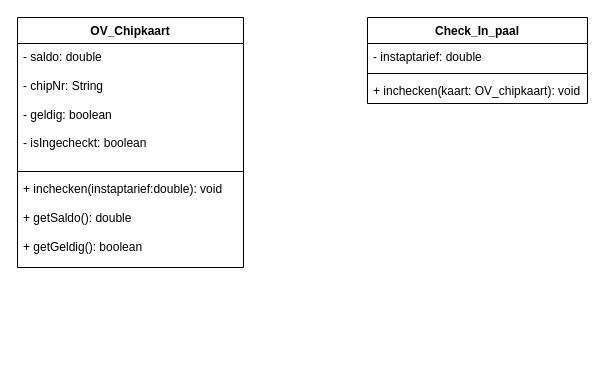
Earlier version of the draw.io diagram inchecken-ov.drawio (Yonaki51/OOP1-eindopdracht). Source tidied: cells renumbered, new cells numbered last; positions are measured from the earlier drawing's top-left corner, leaving out a move shared by most shapes. Both pictures are drawn from the tidied source at 100%, with x=0, y=0 at pixel (17, 17).
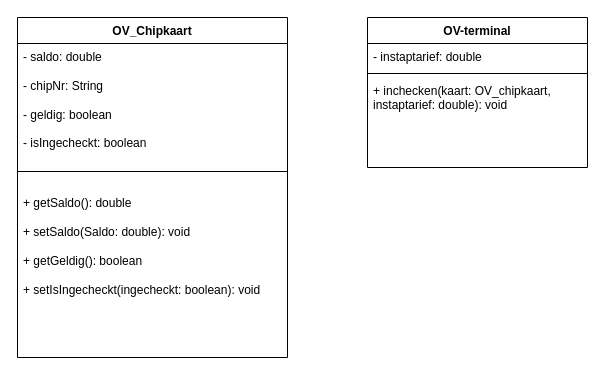
Above is the later version.

What changed in the source:
```diff
@@
 <mxGraphModel>
   <root>
     <mxCell id="0" />
     <mxCell id="1" parent="0" />
     <mxCell id="2" value="OV_Chipkaart" style="swimlane;fontStyle=1;align=center;verticalAlign=top;horizontal=1;startSize=26;whiteSpace=wrap;html=1;" parent="1" vertex="1">
-      <mxGeometry width="226" height="250" as="geometry" />
+      <mxGeometry width="270" height="340" as="geometry" />
     </mxCell>
     <mxCell id="3" value="- saldo: double&lt;div&gt;&lt;br&gt;&lt;/div&gt;&lt;div&gt;- chipNr: String&lt;/div&gt;&lt;div&gt;&lt;br&gt;&lt;/div&gt;&lt;div&gt;- geldig: boolean&lt;/div&gt;&lt;div&gt;&lt;br&gt;&lt;/div&gt;&lt;div&gt;- isIngecheckt: boolean&lt;/div&gt;" style="text;strokeColor=none;fillColor=none;align=left;verticalAlign=top;spacingLeft=4;spacingRight=4;overflow=hidden;whiteSpace=wrap;html=1;" parent="2" vertex="1">
-      <mxGeometry y="26" width="226" height="124" as="geometry" />
+      <mxGeometry y="26" width="270" height="124" as="geometry" />
     </mxCell>
     <mxCell id="4" style="line;strokeWidth=1;fillColor=none;align=left;verticalAlign=middle;spacingTop=-1;spacingLeft=3;spacingRight=3;labelPosition=right;strokeColor=inherit;" parent="2" vertex="1">
-      <mxGeometry y="150" width="226" height="8" as="geometry" />
+      <mxGeometry y="150" width="270" height="8" as="geometry" />
     </mxCell>
-    <mxCell id="5" value="+ inchecken(instaptarief:double): void&lt;div&gt;&lt;br&gt;&lt;/div&gt;&lt;div&gt;+ getSaldo(): double&lt;/div&gt;&lt;div&gt;&lt;br&gt;&lt;/div&gt;&lt;div&gt;+ getGeldig(): boolean&lt;/div&gt;" style="text;strokeColor=none;fillColor=none;align=left;verticalAlign=top;spacingLeft=4;spacingRight=4;overflow=hidden;whiteSpace=wrap;html=1;" parent="2" vertex="1">
-      <mxGeometry y="158" width="226" height="92" as="geometry" />
+    <mxCell id="5" value="&lt;div&gt;&lt;br&gt;&lt;/div&gt;&lt;div&gt;+ getSaldo(): double&lt;/div&gt;&lt;div&gt;&lt;br&gt;&lt;/div&gt;&lt;div&gt;+ setSaldo(Saldo: double): void&lt;/div&gt;&lt;div&gt;&lt;br&gt;&lt;/div&gt;&lt;div&gt;+ getGeldig(): boolean&lt;/div&gt;&lt;div&gt;&lt;br&gt;&lt;/div&gt;&lt;div&gt;+ setIsIngecheckt(ingecheckt: boolean): void&lt;/div&gt;" style="text;strokeColor=none;fillColor=none;align=left;verticalAlign=top;spacingLeft=4;spacingRight=4;overflow=hidden;whiteSpace=wrap;html=1;" parent="2" vertex="1">
+      <mxGeometry y="158" width="270" height="182" as="geometry" />
     </mxCell>
-    <mxCell id="6" value="Check_In_paal" style="swimlane;fontStyle=1;align=center;verticalAlign=top;horizontal=1;startSize=26;whiteSpace=wrap;html=1;" parent="1" vertex="1">
-      <mxGeometry x="350" width="220" height="86" as="geometry" />
+    <mxCell id="6" value="OV-terminal" style="swimlane;fontStyle=1;align=center;verticalAlign=top;horizontal=1;startSize=26;whiteSpace=wrap;html=1;" parent="1" vertex="1">
+      <mxGeometry x="350" width="220" height="150" as="geometry" />
     </mxCell>
     <mxCell id="7" value="- instaptarief: double" style="text;strokeColor=none;fillColor=none;align=left;verticalAlign=top;spacingLeft=4;spacingRight=4;overflow=hidden;whiteSpace=wrap;html=1;" parent="6" vertex="1">
       <mxGeometry y="26" width="220" height="26" as="geometry" />
     </mxCell>
     <mxCell id="8" style="line;strokeWidth=1;fillColor=none;align=left;verticalAlign=middle;spacingTop=-1;spacingLeft=3;spacingRight=3;labelPosition=right;strokeColor=inherit;" parent="6" vertex="1">
       <mxGeometry y="52" width="220" height="8" as="geometry" />
     </mxCell>
-    <mxCell id="9" value="+ inchecken(kaart: OV_chipkaart): void" style="text;strokeColor=none;fillColor=none;align=left;verticalAlign=top;spacingLeft=4;spacingRight=4;overflow=hidden;whiteSpace=wrap;html=1;" parent="6" vertex="1">
-      <mxGeometry y="60" width="220" height="26" as="geometry" />
+    <mxCell id="9" value="+ inchecken(kaart: OV_chipkaart, instaptarief: double): void" style="text;strokeColor=none;fillColor=none;align=left;verticalAlign=top;spacingLeft=4;spacingRight=4;overflow=hidden;whiteSpace=wrap;html=1;" parent="6" vertex="1">
+      <mxGeometry y="60" width="220" height="90" as="geometry" />
     </mxCell>
   </root>
 </mxGraphModel>
```
